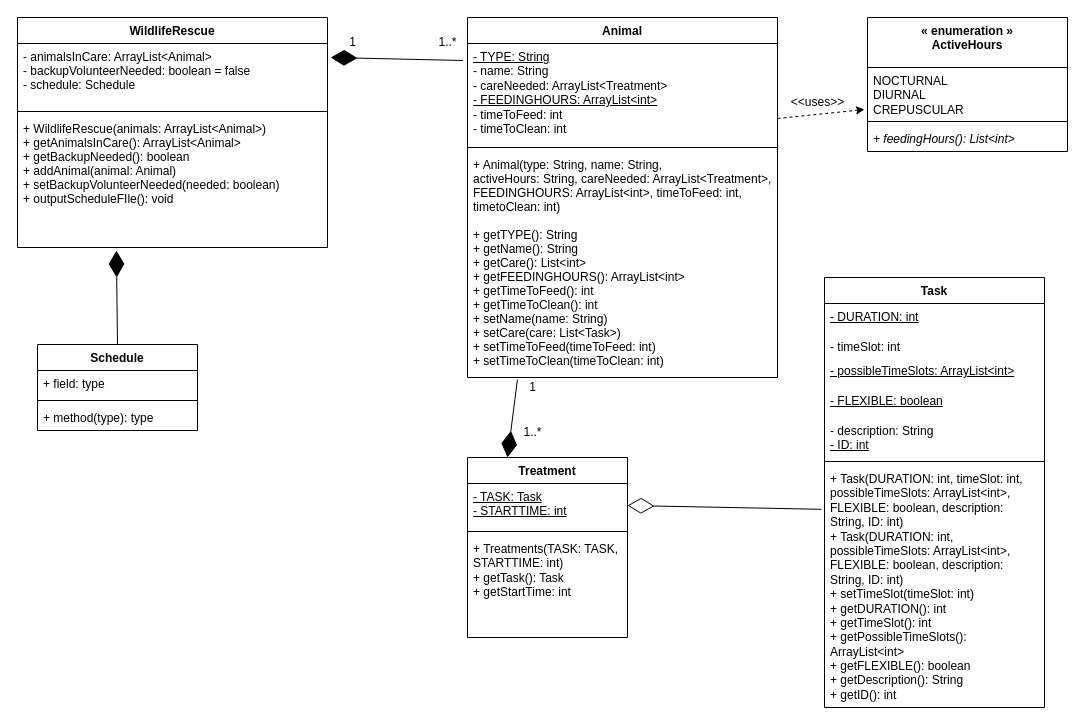
aryan-karadia/Mock-Schedule-Builder keeps this draw.io diagram as 64.drawio. Above is the earlier version. Source tidied: cells renumbered, new cells numbered last; positions are measured from the earlier drawing's top-left corner, leaving out a move shared by most shapes. Both pictures are drawn from the tidied source at 100%, with x=0, y=0 at pixel (17, 17).
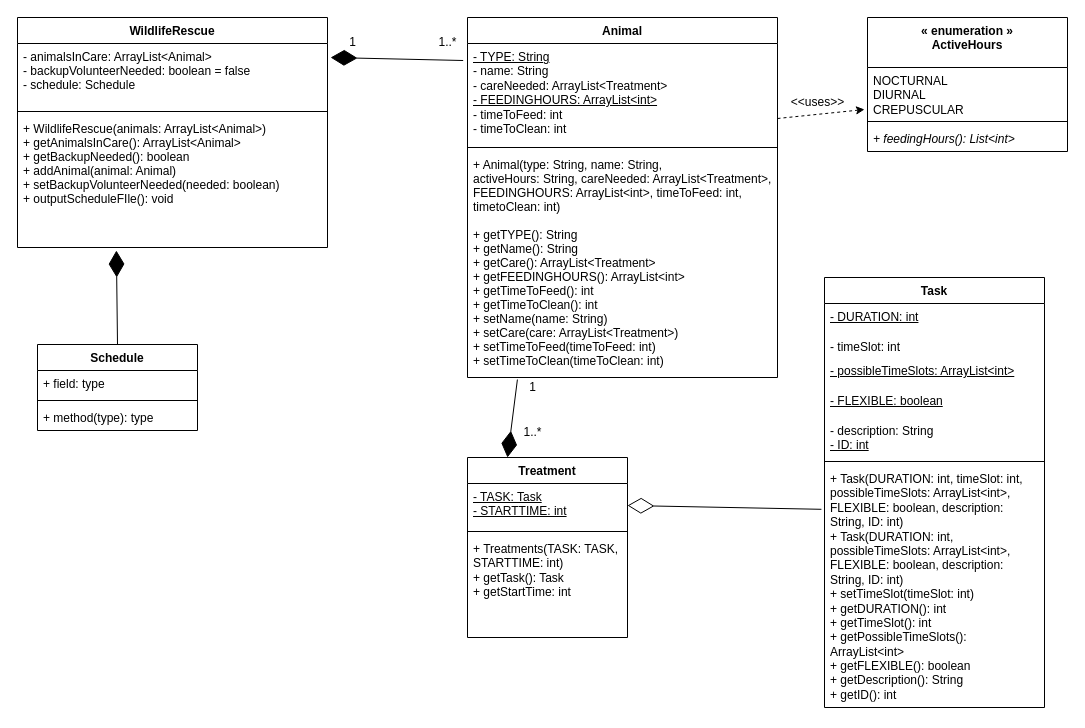
After the change.

The change refers to these unchanged cells:
```xml
<mxCell id="6" value="Animal" style="swimlane;fontStyle=1;align=center;verticalAlign=top;horizontal=1;startSize=26;" parent="1" vertex="1">
  <mxGeometry x="450" width="310" height="360" as="geometry" />
</mxCell>
```

The edit, as a diff of the source:
```diff
@@
-    <mxCell id="9" value="+ Animal(type: String, name: String, &#10;activeHours: String, careNeeded: ArrayList&lt;Treatment&gt;, &#10;FEEDINGHOURS: ArrayList&lt;int&gt;, timeToFeed: int, &#10;timetoClean: int)&#10;&#10;+ getTYPE(): String&#10;+ getName(): String&#10;+ getCare(): List&lt;int&gt;&#10;+ getFEEDINGHOURS(): ArrayList&lt;int&gt;&#10;+ getTimeToFeed(): int&#10;+ getTimeToClean(): int&#10;+ setName(name: String)&#10;+ setCare(care: List&lt;Task&gt;)&#10;+ setTimeToFeed(timeToFeed: int)&#10;+ setTimeToClean(timeToClean: int)&#10;&#10;" style="text;strokeColor=none;fillColor=none;align=left;verticalAlign=top;spacingLeft=4;spacingRight=4;overflow=hidden;points=[[0,0.5],[1,0.5]];portConstraint=eastwest;" parent="6" vertex="1">
+    <mxCell id="9" value="+ Animal(type: String, name: String, &#10;activeHours: String, careNeeded: ArrayList&lt;Treatment&gt;, &#10;FEEDINGHOURS: ArrayList&lt;int&gt;, timeToFeed: int, &#10;timetoClean: int)&#10;&#10;+ getTYPE(): String&#10;+ getName(): String&#10;+ getCare(): ArrayList&lt;Treatment&gt;&#10;+ getFEEDINGHOURS(): ArrayList&lt;int&gt;&#10;+ getTimeToFeed(): int&#10;+ getTimeToClean(): int&#10;+ setName(name: String)&#10;+ setCare(care: ArrayList&lt;Treatment&gt;)&#10;+ setTimeToFeed(timeToFeed: int)&#10;+ setTimeToClean(timeToClean: int)&#10;&#10;" style="text;strokeColor=none;fillColor=none;align=left;verticalAlign=top;spacingLeft=4;spacingRight=4;overflow=hidden;points=[[0,0.5],[1,0.5]];portConstraint=eastwest;" parent="6" vertex="1">
       <mxGeometry y="134" width="310" height="226" as="geometry" />
     </mxCell>
```
